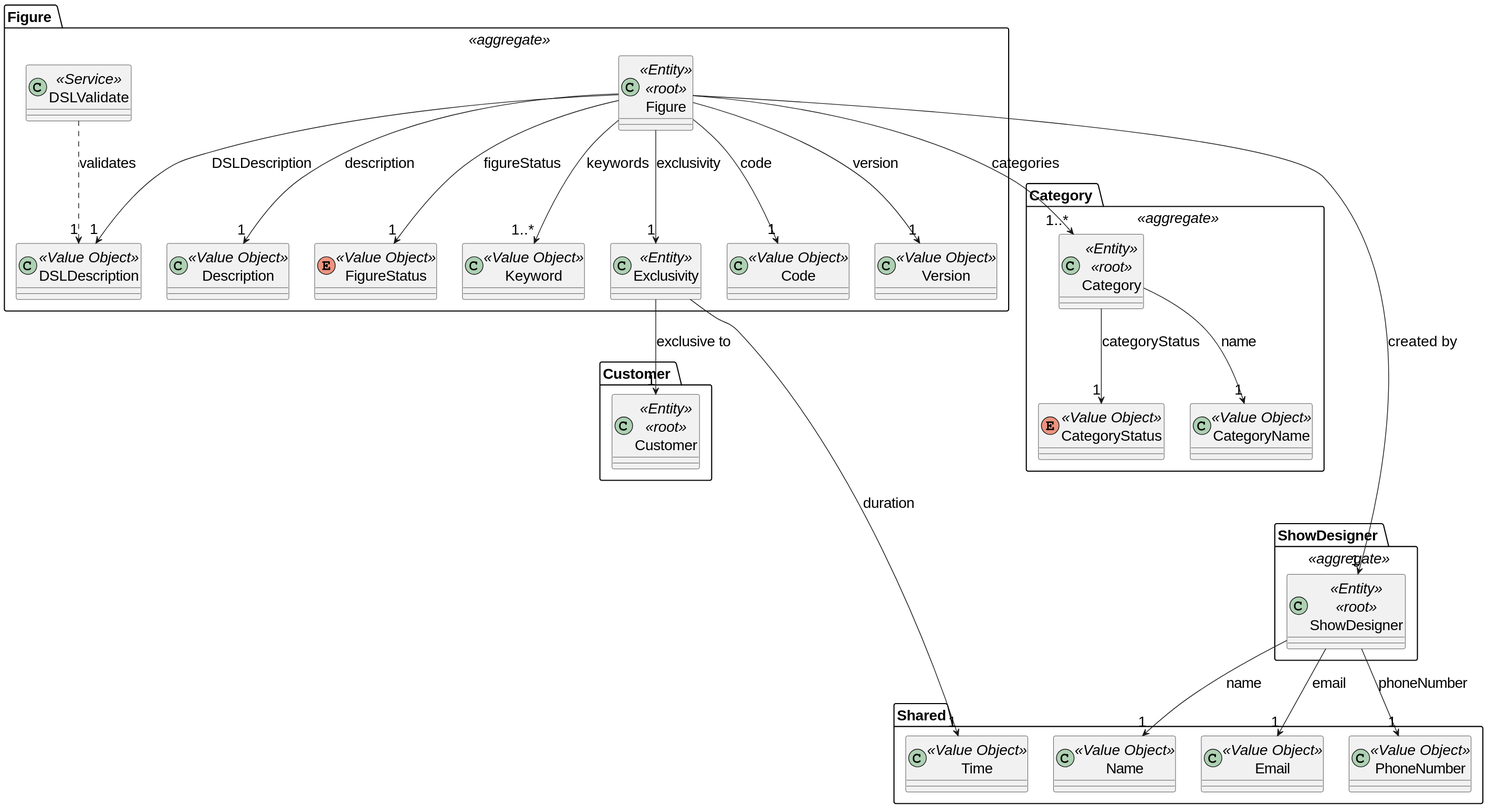
Above: docs/global_artifacts/analysis/images/domain_model_figure.svg in diogoveirospro/sem4pi-2024-2025-sem4pi_2024_2025_g44 (PlantUML), before the change.
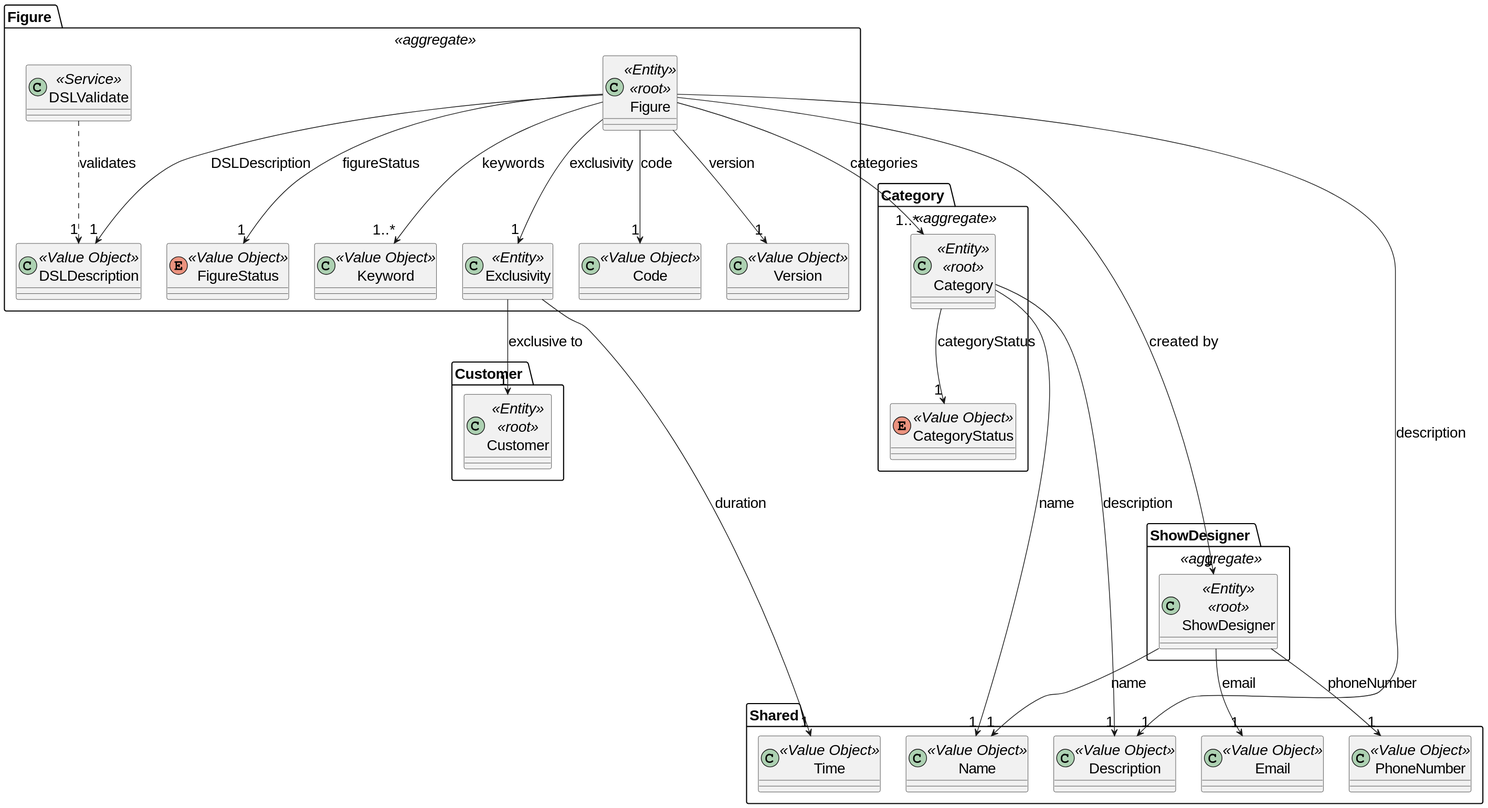
Later version of the same file.

Diff of the diagram source:
```diff
@@ -16,9 +16,6 @@
     }
 
     class Version <<Value Object>>{
-    }
-
-    class Description <<Value Object>>{
     }
 
     class DSLDescription <<Value Object>>{
@@ -42,7 +39,6 @@
     Figure --> "1" Exclusivity: exclusivity
     Figure --> "1" Code: code
     Figure --> "1" Version: version
-    Figure --> "1" Description: description
     Figure --> "1" FigureStatus: figureStatus
 
     DSLValidate ..> "1" DSLDescription: validates
@@ -58,11 +54,7 @@
     enum CategoryStatus <<Value Object>>{
     }
 
-    class CategoryName <<Value Object>>{
-    }
-
     Category --> "1" CategoryStatus: categoryStatus
-    Category --> "1" CategoryName: name
 
     Figure --> "1..*" Category: categories
 }
@@ -89,10 +81,18 @@
     class PhoneNumber <<Value Object>>{
     }
 
+    class Description <<Value Object>>{
+    }
+
     ShowDesigner --> "1" Name: name
     ShowDesigner --> "1" Email: email
     ShowDesigner --> "1" PhoneNumber: phoneNumber
 
     Exclusivity ----> "1" Time: duration
+
+    Figure ----> "1" Description: description
+
+    Category ----> "1" Description: description
+    Category ----> "1" Name: name
 }
 @enduml
```
